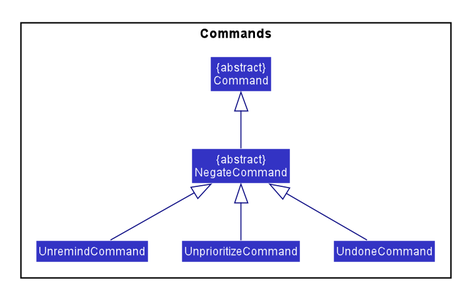
Above: docs/images/NegateCommandClassDiagram.png in nus-cs2103-AY2021S1/tp (PlantUML), before the change. Source of this version:
```plantuml
@startuml









skinparam BackgroundColor #FFFFFFF

skinparam Shadowing false

skinparam Class {
    FontColor #FFFFFF
    BorderThickness 1
    BorderColor #FFFFFF
    StereotypeFontColor #FFFFFF
    FontName Arial
}

skinparam Actor {
    BorderColor #000000
    Color #000000
    FontName Arial
}

skinparam Sequence {
    MessageAlign center
    BoxFontSize 15
    BoxPadding 0
    BoxFontColor #FFFFFF
    FontName Arial
}

skinparam Participant {
    FontColor #FFFFFFF
    Padding 20
}

skinparam MinClassWidth 50
skinparam ParticipantPadding 10
skinparam Shadowing false
skinparam DefaultTextAlignment center
skinparam packageStyle Rectangle

hide footbox
hide members
hide circle
skinparam arrowThickness 1.1
skinparam arrowColor #101086
skinparam classBackgroundColor #3333C4

package Commands {
Class "{abstract}\nCommand" as Command
Class "{abstract}\nNegateCommand" as NegateCommand

Class UnremindCommand
Class UnprioritizeCommand
Class UndoneCommand

NegateCommand -up-|> Command
UnremindCommand -up-|> NegateCommand
UnprioritizeCommand -up-|> NegateCommand
UndoneCommand -up-|> NegateCommand
}
@enduml
```
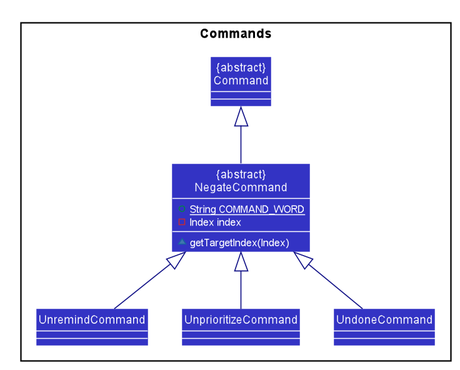
Later version of the same file.

Commit message:
Update NegateCommand diagram

The edit, as a diff of the source:
```diff
@@ -51,10 +51,16 @@
 skinparam arrowThickness 1.1
 skinparam arrowColor #101086
 skinparam classBackgroundColor #3333C4
+skinparam classAttributeFontColor #FFFFFF
+show members
 
 package Commands {
 Class "{abstract}\nCommand" as Command
-Class "{abstract}\nNegateCommand" as NegateCommand
+Class "{abstract}\nNegateCommand" as NegateCommand {
+    + {static} String COMMAND_WORD
+    - Index index
+    ~getTargetIndex(Index)
+}
 
 Class UnremindCommand
 Class UnprioritizeCommand
```
